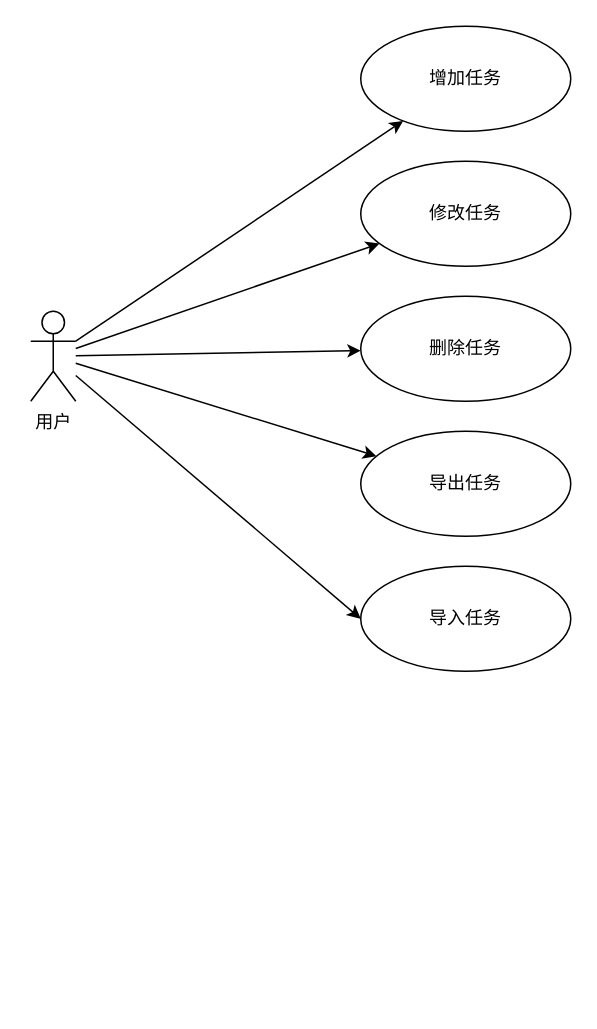
Above: DMS UseCase.drawio in tianch731/DMS (draw.io), before the change. Source tidied: cells renumbered, new cells numbered last; positions are measured from the earlier drawing's top-left corner, leaving out a move shared by most shapes. Both pictures are drawn from the tidied source at 150%, with x=0, y=0 at pixel (30, 26).
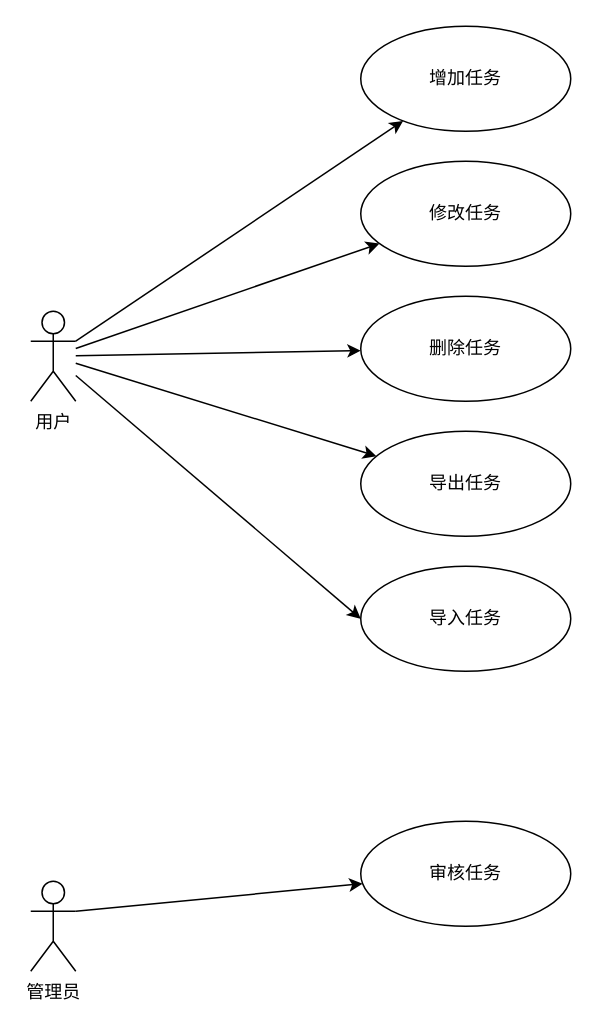
The same diagram, later.

Change to the diagram source:
```diff
@@
 <mxGraphModel>
   <root>
     <mxCell id="0" />
     <mxCell id="1" parent="0" />
     <mxCell id="2" style="rounded=0;jettySize=auto;html=1;" parent="1" edge="1" source="7" target="8">
       <mxGeometry relative="1" as="geometry" />
     </mxCell>
     <mxCell id="3" style="edgeStyle=none;rounded=0;jettySize=auto;html=1;" parent="1" edge="1" source="7" target="9">
       <mxGeometry relative="1" as="geometry" />
     </mxCell>
     <mxCell id="4" style="edgeStyle=none;rounded=0;jettySize=auto;html=1;" parent="1" edge="1" source="7" target="10">
       <mxGeometry relative="1" as="geometry" />
     </mxCell>
     <mxCell id="5" style="edgeStyle=none;rounded=0;jettySize=auto;html=1;" parent="1" edge="1" source="7" target="11">
       <mxGeometry relative="1" as="geometry" />
     </mxCell>
     <mxCell id="6" style="edgeStyle=none;rounded=0;jettySize=auto;html=1;entryX=0;entryY=0.5;entryDx=0;entryDy=0;" parent="1" edge="1" source="7" target="12">
       <mxGeometry relative="1" as="geometry" />
     </mxCell>
     <mxCell id="7" value="用户" style="shape=umlActor;verticalLabelPosition=bottom;verticalAlign=top;html=1;" parent="1" vertex="1">
       <mxGeometry y="190" width="30" height="60" as="geometry" />
     </mxCell>
     <mxCell id="8" value="增加任务" style="ellipse;whiteSpace=wrap;html=1;" parent="1" vertex="1">
       <mxGeometry x="220" width="140" height="70" as="geometry" />
     </mxCell>
     <mxCell id="9" value="修改任务" style="ellipse;whiteSpace=wrap;html=1;" parent="1" vertex="1">
       <mxGeometry x="220" y="90" width="140" height="70" as="geometry" />
     </mxCell>
     <mxCell id="10" value="删除任务" style="ellipse;whiteSpace=wrap;html=1;" parent="1" vertex="1">
       <mxGeometry x="220" y="180" width="140" height="70" as="geometry" />
     </mxCell>
     <mxCell id="11" value="导出任务" style="ellipse;whiteSpace=wrap;html=1;" parent="1" vertex="1">
       <mxGeometry x="220" y="270" width="140" height="70" as="geometry" />
     </mxCell>
     <mxCell id="12" value="导入任务" style="ellipse;whiteSpace=wrap;html=1;" parent="1" vertex="1">
       <mxGeometry x="220" y="360" width="140" height="70" as="geometry" />
     </mxCell>
+    <mxCell id="13" style="edgeStyle=none;rounded=0;jettySize=auto;html=1;exitX=1;exitY=0.3333333333333333;exitDx=0;exitDy=0;exitPerimeter=0;" parent="1" edge="1" source="14" target="15">
+      <mxGeometry relative="1" as="geometry" />
+    </mxCell>
+    <mxCell id="14" value="管理员" style="shape=umlActor;verticalLabelPosition=bottom;verticalAlign=top;html=1;" parent="1" vertex="1">
+      <mxGeometry y="570" width="30" height="60" as="geometry" />
+    </mxCell>
+    <mxCell id="15" value="审核任务" style="ellipse;whiteSpace=wrap;html=1;" parent="1" vertex="1">
+      <mxGeometry x="220" y="530" width="140" height="70" as="geometry" />
+    </mxCell>
   </root>
 </mxGraphModel>
```
